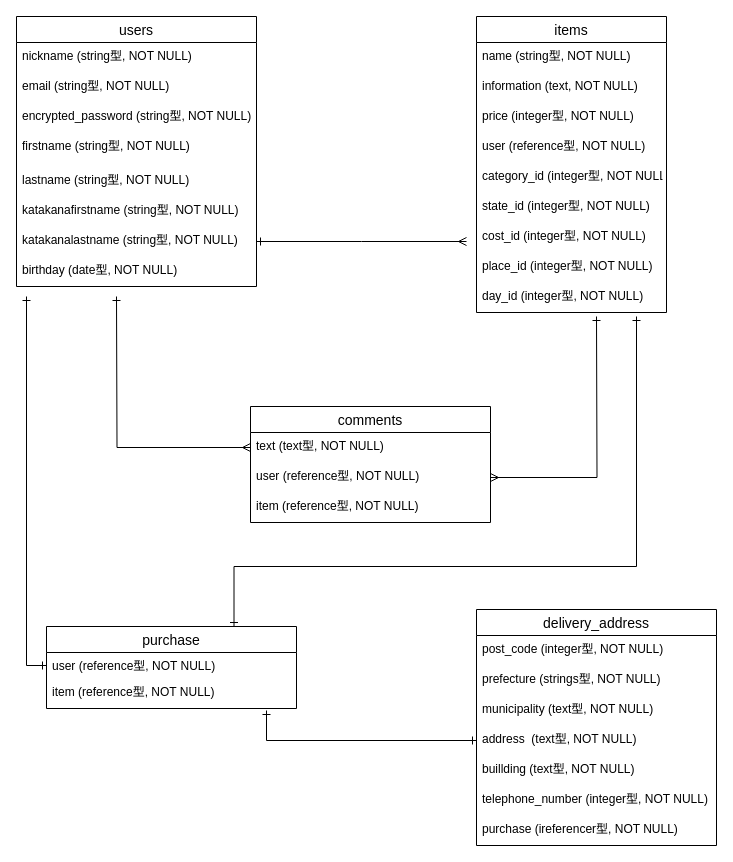
Earlier version of the draw.io diagram ERurima.dio (87takakura/furima-31513). Source tidied: cells renumbered, new cells numbered last; positions are measured from the earlier drawing's top-left corner, leaving out a move shared by most shapes. Both pictures are drawn from the tidied source at 100%, with x=0, y=0 at pixel (16, 16).
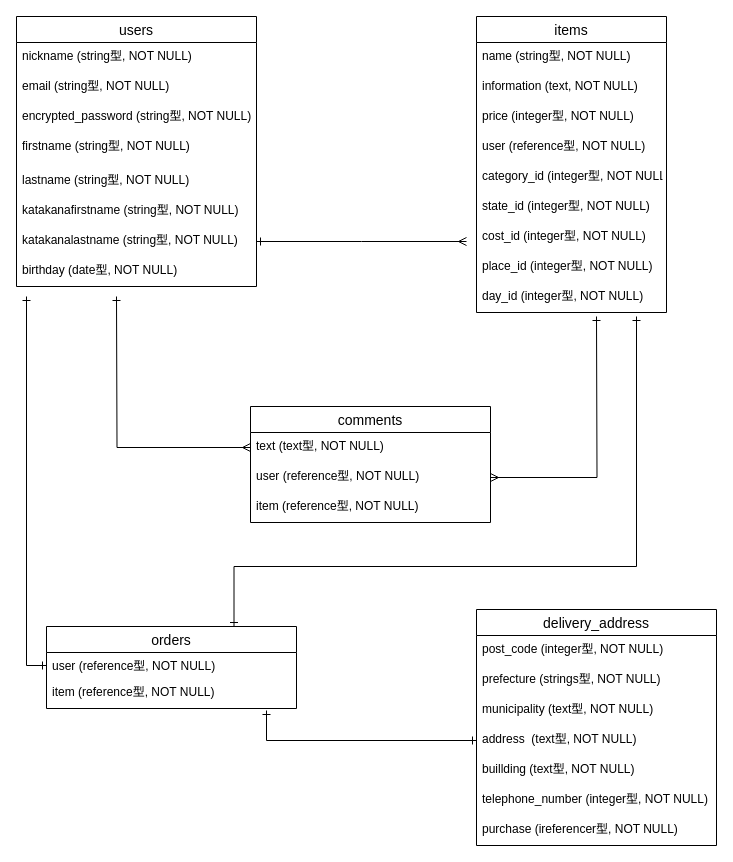
The same diagram, later.

Change to the diagram source:
```diff
@@
-    <mxCell id="28" value="purchase" style="swimlane;fontStyle=0;horizontal=1;startSize=26;align=center;fontSize=14;" parent="1" vertex="1">
+    <mxCell id="28" value="orders" style="swimlane;fontStyle=0;horizontal=1;startSize=26;align=center;fontSize=14;" parent="1" vertex="1">
       <mxGeometry x="30" y="610" width="250" height="82" as="geometry" />
     </mxCell>
```
